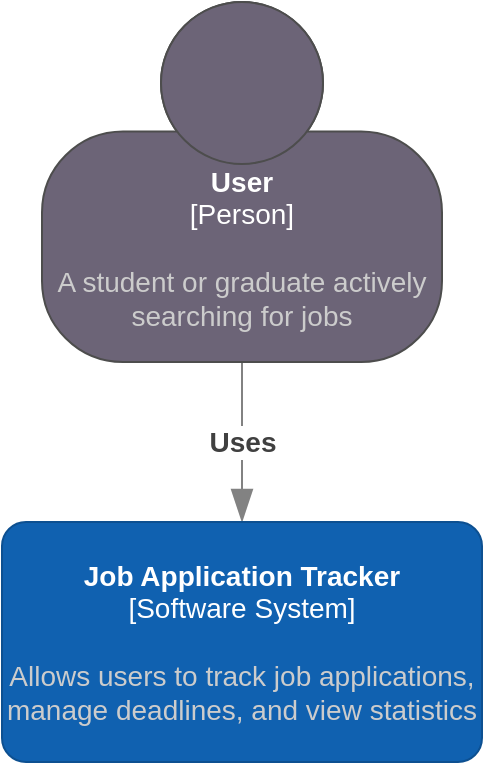
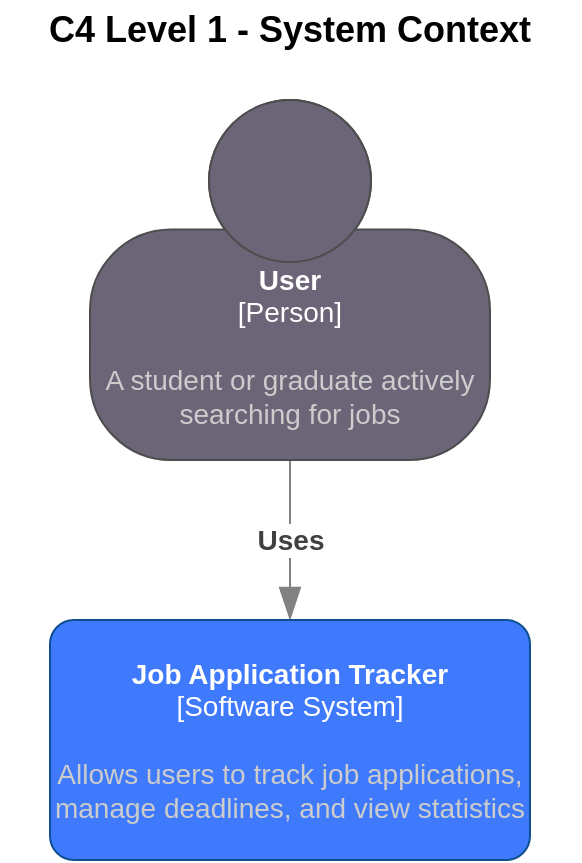
<mxfile host="app.diagrams.net">
  <diagram name="Page-1" id="r0MX-lv1SgkQPHXPaGqT">
    <mxGraphModel dx="1417" dy="766" grid="1" gridSize="10" guides="1" tooltips="1" connect="1" arrows="1" fold="1" page="1" pageScale="1" pageWidth="850" pageHeight="1100" math="0" shadow="0">
      <root>
        <mxCell id="0" />
        <mxCell id="1" parent="0" />
        <object placeholders="1" c4Type="Relationship" c4Description="Uses" label="&lt;div style=&quot;text-align: left&quot;&gt;&lt;div style=&quot;text-align: center&quot;&gt;&lt;b&gt;%c4Description%&lt;/b&gt;&lt;/div&gt;&lt;/div&gt;" id="O_8AKF7KbehZ5gpZg40K-2">
          <mxCell edge="1" parent="1" source="O_8AKF7KbehZ5gpZg40K-5" style="endArrow=blockThin;html=1;fontSize=14;fontColor=#404040;strokeWidth=1;endFill=1;strokeColor=#828282;elbow=vertical;metaEdit=1;endSize=14;startSize=14;jumpStyle=arc;jumpSize=16;rounded=0;edgeStyle=orthogonalEdgeStyle;exitX=0.5;exitY=1;exitDx=0;exitDy=0;exitPerimeter=0;entryX=0.5;entryY=0;entryDx=0;entryDy=0;entryPerimeter=0;" target="O_8AKF7KbehZ5gpZg40K-4">
            <mxGeometry relative="1" width="240" as="geometry">
              <mxPoint x="550" y="350" as="sourcePoint" />
              <mxPoint x="435" y="560" as="targetPoint" />
            </mxGeometry>
          </mxCell>
        </object>
        <object placeholders="1" c4Name="Job Application Tracker" c4Type="Software System" c4Description="Allows users to track job applications, manage deadlines, and view statistics" label="&lt;font&gt;&lt;b&gt;%c4Name%&lt;/b&gt;&lt;/font&gt;&lt;div&gt;[%c4Type%]&lt;/div&gt;&lt;br&gt;&lt;div&gt;&lt;font&gt;&lt;font color=&quot;#cccccc&quot;&gt;%c4Description%&lt;/font&gt;&lt;/font&gt;&lt;/div&gt;" id="O_8AKF7KbehZ5gpZg40K-4">
-           <mxCell parent="1" style="rounded=1;whiteSpace=wrap;html=1;labelBackgroundColor=none;fillColor=#1061B0;fontColor=#ffffff;align=center;arcSize=10;strokeColor=#0D5091;metaEdit=1;resizable=0;points=[[0.25,0,0],[0.5,0,0],[0.75,0,0],[1,0.25,0],[1,0.5,0],[1,0.75,0],[0.75,1,0],[0.5,1,0],[0.25,1,0],[0,0.75,0],[0,0.5,0],[0,0.25,0]];fontSize=14;" vertex="1">
+           <mxCell parent="1" style="rounded=1;whiteSpace=wrap;html=1;labelBackgroundColor=none;fillColor=#407AFC;fontColor=#ffffff;align=center;arcSize=10;strokeColor=#0D5091;metaEdit=1;resizable=0;points=[[0.25,0,0],[0.5,0,0],[0.75,0,0],[1,0.25,0],[1,0.5,0],[1,0.75,0],[0.75,1,0],[0.5,1,0],[0.25,1,0],[0,0.75,0],[0,0.5,0],[0,0.25,0]];fontSize=14;" vertex="1">
            <mxGeometry height="120" width="240" x="305" y="520" as="geometry" />
          </mxCell>
        </object>
        <object placeholders="1" c4Name="User" c4Type="Person" c4Description="A student or graduate actively searching for jobs" label="&lt;font&gt;&lt;b&gt;%c4Name%&lt;/b&gt;&lt;/font&gt;&lt;div&gt;[%c4Type%]&lt;/div&gt;&lt;br&gt;&lt;div&gt;&lt;font&gt;&lt;font color=&quot;#cccccc&quot;&gt;%c4Description%&lt;/font&gt;&lt;/font&gt;&lt;/div&gt;" id="O_8AKF7KbehZ5gpZg40K-5">
          <mxCell parent="1" style="html=1;fontSize=14;dashed=0;whiteSpace=wrap;fillColor=#6C6477;strokeColor=#4D4D4D;fontColor=#ffffff;shape=mxgraph.c4.person2;align=center;metaEdit=1;points=[[0.5,0,0],[1,0.5,0],[1,0.75,0],[0.75,1,0],[0.5,1,0],[0.25,1,0],[0,0.75,0],[0,0.5,0]];resizable=0;" vertex="1">
            <mxGeometry height="180" width="200" x="325" y="260" as="geometry" />
          </mxCell>
        </object>
+         <mxCell id="WFv-C_vullybSwtAnOsP-3" parent="1" style="text;html=1;whiteSpace=wrap;strokeColor=none;fillColor=none;align=center;verticalAlign=middle;rounded=0;" value="&lt;font style=&quot;font-size: 18px;&quot;&gt;&lt;b&gt;C4 Level 1 - System Context&lt;/b&gt;&lt;/font&gt;" vertex="1">
+           <mxGeometry height="30" width="290" x="280" y="210" as="geometry" />
+         </mxCell>
      </root>
    </mxGraphModel>
  </diagram>
</mxfile>
